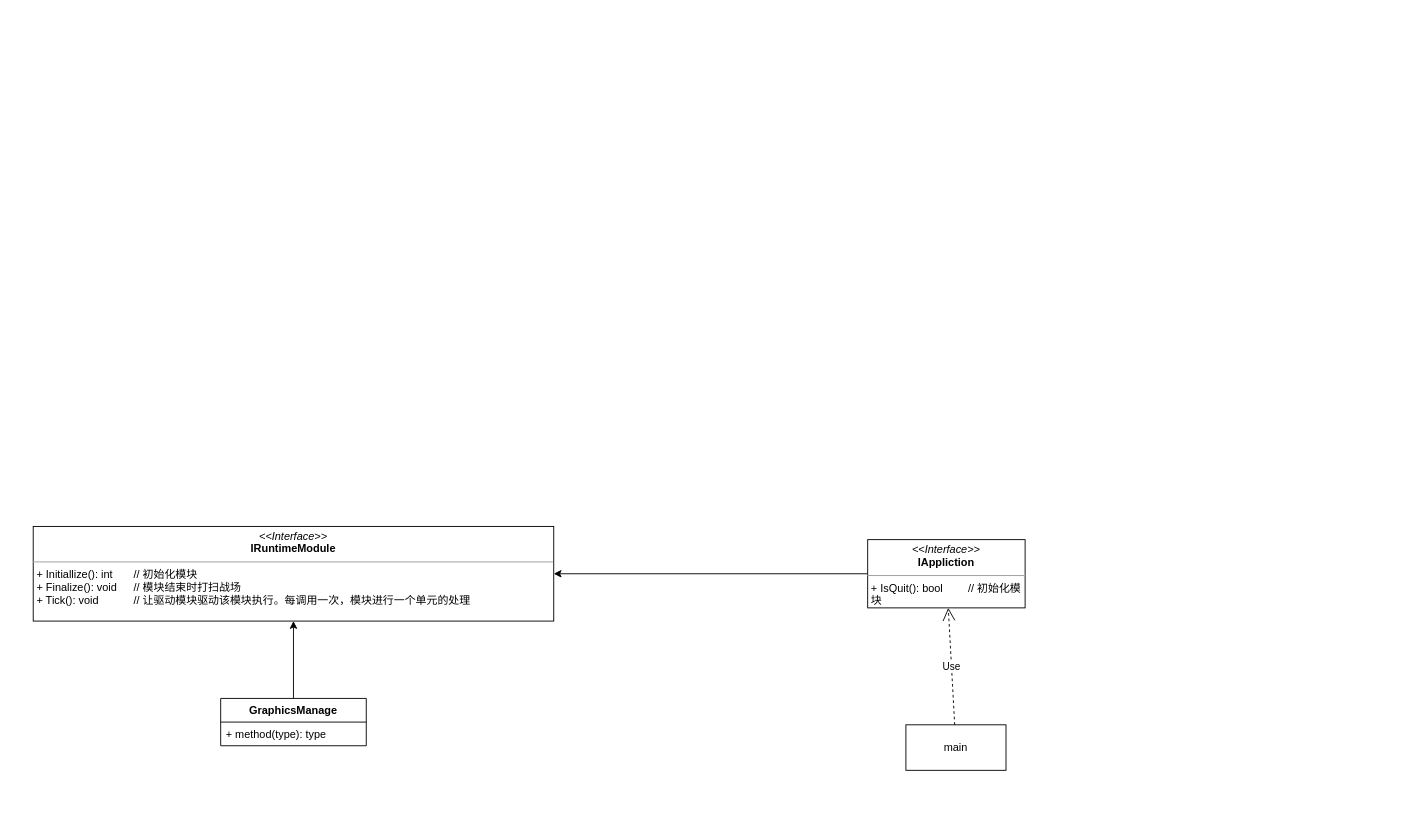
Earlier version of the draw.io diagram GameEngine.drawio (yzscodehub/Resource). Source tidied: cells renumbered, new cells numbered last; positions are measured from the earlier drawing's top-left corner, leaving out a move shared by most shapes. Both pictures are drawn from the tidied source at 91%, with x=0, y=0 at pixel (33, 526).
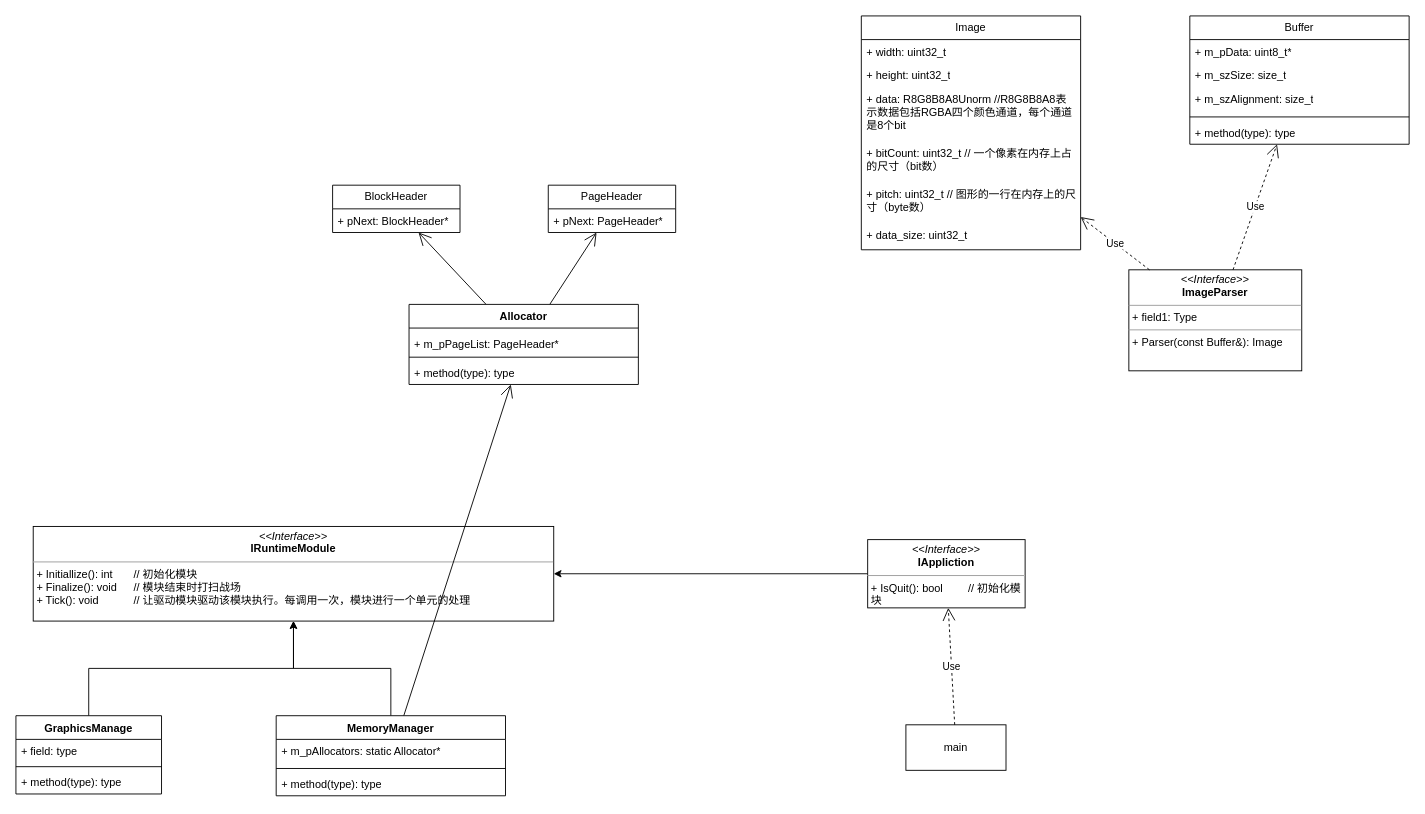
After the change.

The change refers to these unchanged cells:
```xml
<mxCell id="2" value="&lt;p style=&quot;margin:0px;margin-top:4px;text-align:center;&quot;&gt;&lt;i&gt;&amp;lt;&amp;lt;Interface&amp;gt;&amp;gt;&lt;/i&gt;&lt;br&gt;&lt;b&gt;IRuntimeModule&lt;/b&gt;&lt;/p&gt;&lt;hr size=&quot;1&quot;&gt;&lt;p style=&quot;margin:0px;margin-left:4px;&quot;&gt;+ Initiallize(): int&amp;nbsp;&lt;span style=&quot;&quot;&gt;&lt;span style=&quot;white-space: pre;&quot;&gt;&amp;nbsp;&amp;nbsp;&amp;nbsp;&amp;nbsp;&lt;span style=&quot;white-space: pre;&quot;&gt;&#9;&lt;/span&gt;&lt;/span&gt;&lt;/span&gt;// 初始化模块&lt;br&gt;+ Finalize(): void&lt;span style=&quot;&quot;&gt;&lt;span style=&quot;white-space: pre;&quot;&gt;&amp;nbsp;&amp;nbsp;&amp;nbsp;&lt;span style=&quot;white-space: pre;&quot;&gt;&#9;&lt;/span&gt;&lt;/span&gt;&lt;/span&gt;// 模块结束时打扫战场&lt;/p&gt;&lt;p style=&quot;margin:0px;margin-left:4px;&quot;&gt;+ Tick(): void&amp;nbsp;&lt;span style=&quot;&quot;&gt;&lt;span style=&quot;white-space: pre;&quot;&gt;&amp;nbsp;&amp;nbsp;&amp;nbsp;&amp;nbsp;&lt;/span&gt;&lt;/span&gt;&lt;span style=&quot;&quot;&gt;&lt;span style=&quot;white-space: pre;&quot;&gt;&amp;nbsp;&amp;nbsp;&amp;nbsp;&amp;nbsp;&lt;span style=&quot;white-space: pre;&quot;&gt;&#9;&lt;/span&gt;&lt;/span&gt;&lt;/span&gt;// 让驱动模块驱动该模块执行。每调用一次，模块进行一个单元的处理&lt;/p&gt;" style="verticalAlign=top;align=left;overflow=fill;fontSize=12;fontFamily=Helvetica;html=1;whiteSpace=wrap;" parent="1" vertex="1">
  <mxGeometry width="572" height="104" as="geometry" />
</mxCell>
```

The edit, as a diff of the source:
```diff
@@
+    <mxCell id="10" style="edgeStyle=orthogonalEdgeStyle;rounded=0;jettySize=auto;html=1;" parent="1" edge="1" source="12" target="2">
+      <mxGeometry relative="1" as="geometry" />
+    </mxCell>
@@
+    <mxCell id="11" style="endArrow=open;endFill=1;endSize=12;html=1;rounded=0;" parent="1" edge="1" source="12" target="25">
+      <mxGeometry relative="1" as="geometry" />
+    </mxCell>
+    <mxCell id="12" value="MemoryManager" style="swimlane;fontStyle=1;align=center;verticalAlign=top;horizontal=1;startSize=26;whiteSpace=wrap;html=1;" parent="1" vertex="1">
+      <mxGeometry x="267" y="208" width="252" height="88" as="geometry" />
+    </mxCell>
+    <mxCell id="13" value="+ m_pAllocators: static Allocator*" style="text;strokeColor=none;fillColor=none;align=left;verticalAlign=top;spacingLeft=4;spacingRight=4;overflow=hidden;whiteSpace=wrap;html=1;" parent="12" vertex="1">
+      <mxGeometry y="26" width="252" height="28" as="geometry" />
+    </mxCell>
+    <mxCell id="14" style="line;strokeWidth=1;fillColor=none;align=left;verticalAlign=middle;spacingTop=-1;spacingLeft=3;spacingRight=3;labelPosition=right;strokeColor=inherit;" parent="12" vertex="1">
+      <mxGeometry y="54" width="252" height="8" as="geometry" />
+    </mxCell>
+    <mxCell id="15" value="+ method(type): type" style="text;strokeColor=none;fillColor=none;align=left;verticalAlign=top;spacingLeft=4;spacingRight=4;overflow=hidden;whiteSpace=wrap;html=1;" parent="12" vertex="1">
+      <mxGeometry y="62" width="252" height="26" as="geometry" />
+    </mxCell>
     <mxCell id="8" value="GraphicsManage" style="swimlane;fontStyle=1;align=center;verticalAlign=top;horizontal=1;startSize=26;whiteSpace=wrap;html=1;" parent="1" vertex="1">
-      <mxGeometry x="206" y="189" width="160" height="52" as="geometry" />
+      <mxGeometry x="-19" y="208" width="160" height="86" as="geometry" />
     </mxCell>
-    <mxCell id="9" value="+ method(type): type" style="text;strokeColor=none;fillColor=none;align=left;verticalAlign=top;spacingLeft=4;spacingRight=4;overflow=hidden;whiteSpace=wrap;html=1;" parent="8" vertex="1">
-      <mxGeometry y="26" width="160" height="26" as="geometry" />
-    </mxCell>
+    <mxCell id="16" value="+ field: type" style="text;strokeColor=none;fillColor=none;align=left;verticalAlign=top;spacingLeft=4;spacingRight=4;overflow=hidden;whiteSpace=wrap;html=1;" parent="8" vertex="1">
+      <mxGeometry y="26" width="160" height="26" as="geometry" />
+    </mxCell>
+    <mxCell id="17" style="line;strokeWidth=1;fillColor=none;align=left;verticalAlign=middle;spacingTop=-1;spacingLeft=3;spacingRight=3;labelPosition=right;strokeColor=inherit;" parent="8" vertex="1">
+      <mxGeometry y="52" width="160" height="8" as="geometry" />
+    </mxCell>
+    <mxCell id="18" value="+ method(type): type" style="text;strokeColor=none;fillColor=none;align=left;verticalAlign=top;spacingLeft=4;spacingRight=4;overflow=hidden;whiteSpace=wrap;html=1;" parent="8" vertex="1">
+      <mxGeometry y="60" width="160" height="26" as="geometry" />
+    </mxCell>
+    <mxCell id="19" value="BlockHeader" style="swimlane;fontStyle=0;horizontal=1;startSize=26;fillColor=none;whiteSpace=wrap;html=1;" parent="1" vertex="1">
+      <mxGeometry x="329" y="-375" width="140" height="52" as="geometry" />
+    </mxCell>
+    <mxCell id="20" value="+ pNext: BlockHeader*" style="text;strokeColor=none;fillColor=none;align=left;verticalAlign=top;spacingLeft=4;spacingRight=4;overflow=hidden;whiteSpace=wrap;html=1;" parent="19" vertex="1">
+      <mxGeometry y="26" width="140" height="26" as="geometry" />
+    </mxCell>
+    <mxCell id="21" value="PageHeader" style="swimlane;fontStyle=0;horizontal=1;startSize=26;fillColor=none;whiteSpace=wrap;html=1;" parent="1" vertex="1">
+      <mxGeometry x="566" y="-375" width="140" height="52" as="geometry" />
+    </mxCell>
+    <mxCell id="22" value="+ pNext: PageHeader*" style="text;strokeColor=none;fillColor=none;align=left;verticalAlign=top;spacingLeft=4;spacingRight=4;overflow=hidden;whiteSpace=wrap;html=1;" parent="21" vertex="1">
+      <mxGeometry y="26" width="140" height="26" as="geometry" />
+    </mxCell>
+    <mxCell id="23" style="endArrow=open;endFill=1;endSize=12;html=1;rounded=0;" parent="1" edge="1" source="25" target="19">
+      <mxGeometry relative="1" as="geometry" />
+    </mxCell>
+    <mxCell id="24" style="endArrow=open;endFill=1;endSize=12;html=1;rounded=0;" parent="1" edge="1" source="25" target="21">
+      <mxGeometry relative="1" as="geometry" />
+    </mxCell>
+    <mxCell id="25" value="&lt;b style=&quot;border-color: var(--border-color);&quot;&gt;Allocator&lt;/b&gt;" style="swimlane;fontStyle=1;align=center;verticalAlign=top;horizontal=1;startSize=26;whiteSpace=wrap;html=1;" parent="1" vertex="1">
+      <mxGeometry x="413" y="-244" width="252" height="88" as="geometry" />
+    </mxCell>
+    <mxCell id="26" value="&lt;p style=&quot;border-color: var(--border-color); margin: 4px 0px 0px; text-align: center;&quot;&gt;&lt;span style=&quot;background-color: initial; text-align: left;&quot;&gt;+ m_pPageList: PageHeader*&lt;/span&gt;&lt;/p&gt;" style="text;strokeColor=none;fillColor=none;align=left;verticalAlign=top;spacingLeft=4;spacingRight=4;overflow=hidden;whiteSpace=wrap;html=1;" parent="25" vertex="1">
+      <mxGeometry y="26" width="252" height="28" as="geometry" />
+    </mxCell>
+    <mxCell id="27" style="line;strokeWidth=1;fillColor=none;align=left;verticalAlign=middle;spacingTop=-1;spacingLeft=3;spacingRight=3;labelPosition=right;strokeColor=inherit;" parent="25" vertex="1">
+      <mxGeometry y="54" width="252" height="8" as="geometry" />
+    </mxCell>
+    <mxCell id="28" value="+ method(type): type" style="text;strokeColor=none;fillColor=none;align=left;verticalAlign=top;spacingLeft=4;spacingRight=4;overflow=hidden;whiteSpace=wrap;html=1;" parent="25" vertex="1">
+      <mxGeometry y="62" width="252" height="26" as="geometry" />
+    </mxCell>
+    <mxCell id="29" value="&lt;p style=&quot;margin:0px;margin-top:4px;text-align:center;&quot;&gt;&lt;i&gt;&amp;lt;&amp;lt;Interface&amp;gt;&amp;gt;&lt;/i&gt;&lt;br&gt;&lt;b&gt;ImageParser&lt;/b&gt;&lt;/p&gt;&lt;hr size=&quot;1&quot;&gt;&lt;p style=&quot;margin:0px;margin-left:4px;&quot;&gt;+ field1: Type&lt;br&gt;&lt;/p&gt;&lt;hr size=&quot;1&quot;&gt;&lt;p style=&quot;margin:0px;margin-left:4px;&quot;&gt;+ Parser(const Buffer&amp;amp;): Image&lt;br&gt;&lt;/p&gt;" style="verticalAlign=top;align=left;overflow=fill;fontSize=12;fontFamily=Helvetica;html=1;whiteSpace=wrap;" parent="1" vertex="1">
+      <mxGeometry x="1204" y="-282" width="190" height="111" as="geometry" />
+    </mxCell>
+    <mxCell id="30" value="Image" style="swimlane;fontStyle=0;horizontal=1;startSize=26;fillColor=none;whiteSpace=wrap;html=1;" parent="1" vertex="1">
+      <mxGeometry x="910" y="-561" width="241" height="257" as="geometry" />
+    </mxCell>
+    <mxCell id="31" value="+ width: uint32_t" style="text;strokeColor=none;fillColor=none;align=left;verticalAlign=top;spacingLeft=4;spacingRight=4;overflow=hidden;whiteSpace=wrap;html=1;" parent="30" vertex="1">
+      <mxGeometry y="26" width="241" height="26" as="geometry" />
+    </mxCell>
+    <mxCell id="32" value="+ height: uint32_t" style="text;strokeColor=none;fillColor=none;align=left;verticalAlign=top;spacingLeft=4;spacingRight=4;overflow=hidden;whiteSpace=wrap;html=1;" parent="30" vertex="1">
+      <mxGeometry y="52" width="241" height="26" as="geometry" />
+    </mxCell>
+    <mxCell id="33" value="+ data: R8G8B8A8Unorm //R8G8B8A8表示数据包括RGBA四个颜色通道，每个通道是8个bit" style="text;strokeColor=none;fillColor=none;align=left;verticalAlign=top;spacingLeft=4;spacingRight=4;overflow=hidden;whiteSpace=wrap;html=1;" parent="30" vertex="1">
+      <mxGeometry y="78" width="241" height="60" as="geometry" />
+    </mxCell>
+    <mxCell id="34" value="+ bitCount: uint32_t //&amp;nbsp;一个像素在内存上占的尺寸（bit数）" style="text;strokeColor=none;fillColor=none;align=left;verticalAlign=top;spacingLeft=4;spacingRight=4;overflow=hidden;whiteSpace=wrap;html=1;" parent="30" vertex="1">
+      <mxGeometry y="138" width="241" height="45" as="geometry" />
+    </mxCell>
+    <mxCell id="35" value="+ pitch: uint32_t //&amp;nbsp;图形的一行在内存上的尺寸（byte数）" style="text;strokeColor=none;fillColor=none;align=left;verticalAlign=top;spacingLeft=4;spacingRight=4;overflow=hidden;whiteSpace=wrap;html=1;" parent="30" vertex="1">
+      <mxGeometry y="183" width="241" height="45" as="geometry" />
+    </mxCell>
+    <mxCell id="36" value="+ data_size: uint32_t" style="text;strokeColor=none;fillColor=none;align=left;verticalAlign=top;spacingLeft=4;spacingRight=4;overflow=hidden;whiteSpace=wrap;html=1;" parent="30" vertex="1">
+      <mxGeometry y="228" width="241" height="29" as="geometry" />
+    </mxCell>
+    <mxCell id="37" value="Buffer" style="swimlane;fontStyle=0;horizontal=1;startSize=26;fillColor=none;whiteSpace=wrap;html=1;" parent="1" vertex="1">
+      <mxGeometry x="1271" y="-561" width="241" height="141" as="geometry" />
+    </mxCell>
+    <mxCell id="38" value="+ m_pData: uint8_t*" style="text;strokeColor=none;fillColor=none;align=left;verticalAlign=top;spacingLeft=4;spacingRight=4;overflow=hidden;whiteSpace=wrap;html=1;" parent="37" vertex="1">
+      <mxGeometry y="26" width="241" height="26" as="geometry" />
+    </mxCell>
+    <mxCell id="39" value="+ m_szSize: size_t" style="text;strokeColor=none;fillColor=none;align=left;verticalAlign=top;spacingLeft=4;spacingRight=4;overflow=hidden;whiteSpace=wrap;html=1;" parent="37" vertex="1">
+      <mxGeometry y="52" width="241" height="26" as="geometry" />
+    </mxCell>
+    <mxCell id="40" value="+ m_szAlignment: size_t" style="text;strokeColor=none;fillColor=none;align=left;verticalAlign=top;spacingLeft=4;spacingRight=4;overflow=hidden;whiteSpace=wrap;html=1;" parent="37" vertex="1">
+      <mxGeometry y="78" width="241" height="29" as="geometry" />
+    </mxCell>
+    <mxCell id="41" style="line;strokeWidth=1;fillColor=none;align=left;verticalAlign=middle;spacingTop=-1;spacingLeft=3;spacingRight=3;labelPosition=right;strokeColor=inherit;" parent="37" vertex="1">
+      <mxGeometry y="107" width="241" height="8" as="geometry" />
+    </mxCell>
+    <mxCell id="42" value="+ method(type): type" style="text;strokeColor=none;fillColor=none;align=left;verticalAlign=top;spacingLeft=4;spacingRight=4;overflow=hidden;whiteSpace=wrap;html=1;" parent="37" vertex="1">
+      <mxGeometry y="115" width="241" height="26" as="geometry" />
+    </mxCell>
+    <mxCell id="43" value="Use" style="endArrow=open;endSize=12;dashed=1;html=1;rounded=0;" parent="1" edge="1" source="29" target="30">
+      <mxGeometry relative="1" as="geometry" />
+    </mxCell>
+    <mxCell id="44" value="Use" style="endArrow=open;endSize=12;dashed=1;html=1;rounded=0;" parent="1" edge="1" source="29" target="37">
+      <mxGeometry relative="1" as="geometry" />
+    </mxCell>
```
